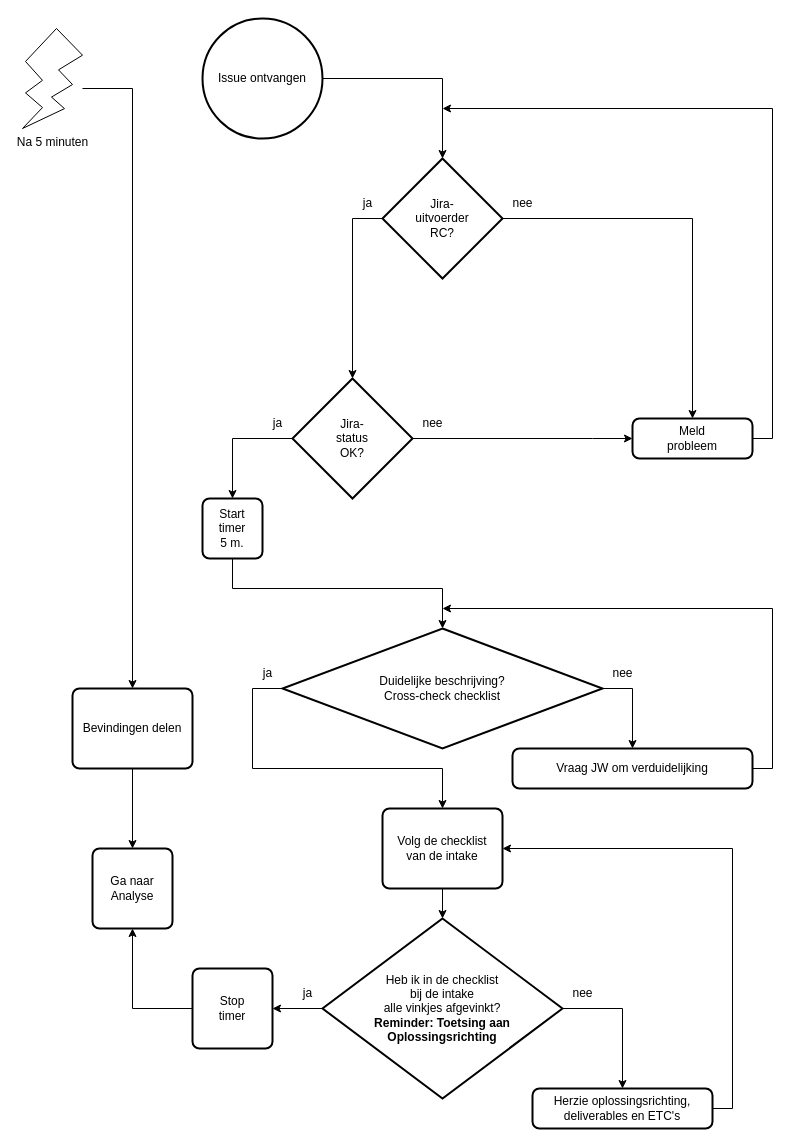
This is 1 Issue Tracker intake.drawio from Zaibatsu89/IssueTracker, a draw.io file, before an edit. Source tidied: cells renumbered, new cells numbered last; positions are measured from the earlier drawing's top-left corner, leaving out a move shared by most shapes. Both pictures are drawn from the tidied source at 100%, with x=0, y=0 at pixel (22, 18).
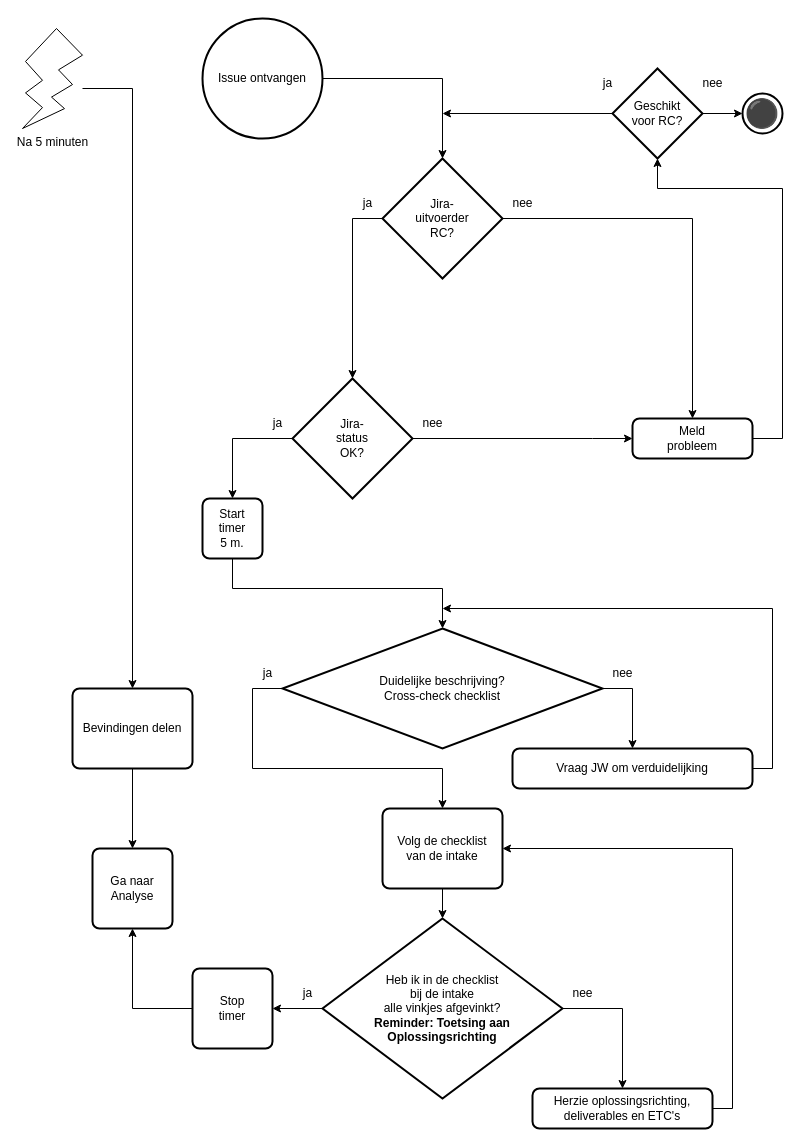
After the change.

Commit message:
Voeg "Geschikt voor RC?" toe na "Meld probleem" in intake flowchart

Unchanged cells that the change refers to:
```xml
<mxCell id="27" value="Meld&lt;br&gt;probleem" style="rounded=1;whiteSpace=wrap;html=1;absoluteArcSize=1;arcSize=14;strokeWidth=2;" parent="1" vertex="1">
  <mxGeometry x="610" y="400" width="120" height="40" as="geometry" />
</mxCell>
```

What changed in the source:
```diff
@@
-    <mxCell id="26" style="edgeStyle=orthogonalEdgeStyle;rounded=0;jettySize=auto;html=1;exitX=1;exitY=0.5;exitDx=0;exitDy=0;" parent="1" edge="1" source="27">
-      <mxGeometry relative="1" as="geometry">
-        <mxPoint x="420" y="90" as="targetPoint" />
-        <Array as="points">
-          <mxPoint x="750" y="420" />
-          <mxPoint x="750" y="90" />
-        </Array>
-      </mxGeometry>
-    </mxCell>
@@
+    <mxCell id="42" style="edgeStyle=orthogonalEdgeStyle;rounded=0;jettySize=auto;html=1;exitX=0;exitY=0.5;exitDx=0;exitDy=0;exitPerimeter=0;" parent="1" edge="1" source="44">
+      <mxGeometry relative="1" as="geometry">
+        <mxPoint x="420" y="95" as="targetPoint" />
+      </mxGeometry>
+    </mxCell>
+    <mxCell id="43" style="edgeStyle=orthogonalEdgeStyle;rounded=0;jettySize=auto;html=1;" parent="1" edge="1" source="44" target="47">
+      <mxGeometry relative="1" as="geometry" />
+    </mxCell>
+    <mxCell id="44" value="Geschikt&lt;br&gt;voor RC?" style="strokeWidth=2;html=1;shape=mxgraph.flowchart.decision;whiteSpace=wrap;" parent="1" vertex="1">
+      <mxGeometry x="590" y="50" width="90" height="90" as="geometry" />
+    </mxCell>
+    <mxCell id="45" style="edgeStyle=orthogonalEdgeStyle;rounded=0;jettySize=auto;html=1;entryX=0.5;entryY=1;entryDx=0;entryDy=0;entryPerimeter=0;" parent="1" edge="1" source="27" target="44">
+      <mxGeometry relative="1" as="geometry">
+        <Array as="points">
+          <mxPoint x="760" y="420" />
+          <mxPoint x="760" y="170" />
+          <mxPoint x="635" y="170" />
+        </Array>
+      </mxGeometry>
+    </mxCell>
+    <mxCell id="46" value="ja" style="text;html=1;align=center;verticalAlign=middle;strokeColor=none;fillColor=none;" parent="1" vertex="1">
+      <mxGeometry x="570" y="50" width="30" height="30" as="geometry" />
+    </mxCell>
+    <mxCell id="47" value="⚫" style="strokeWidth=2;html=1;shape=mxgraph.flowchart.start_2;whiteSpace=wrap;fontSize=28;" parent="1" vertex="1">
+      <mxGeometry x="720" y="75" width="40" height="40" as="geometry" />
+    </mxCell>
+    <mxCell id="48" value="nee" style="text;html=1;align=center;verticalAlign=middle;strokeColor=none;fillColor=none;" parent="1" vertex="1">
+      <mxGeometry x="670" y="50" width="40" height="30" as="geometry" />
+    </mxCell>
```
